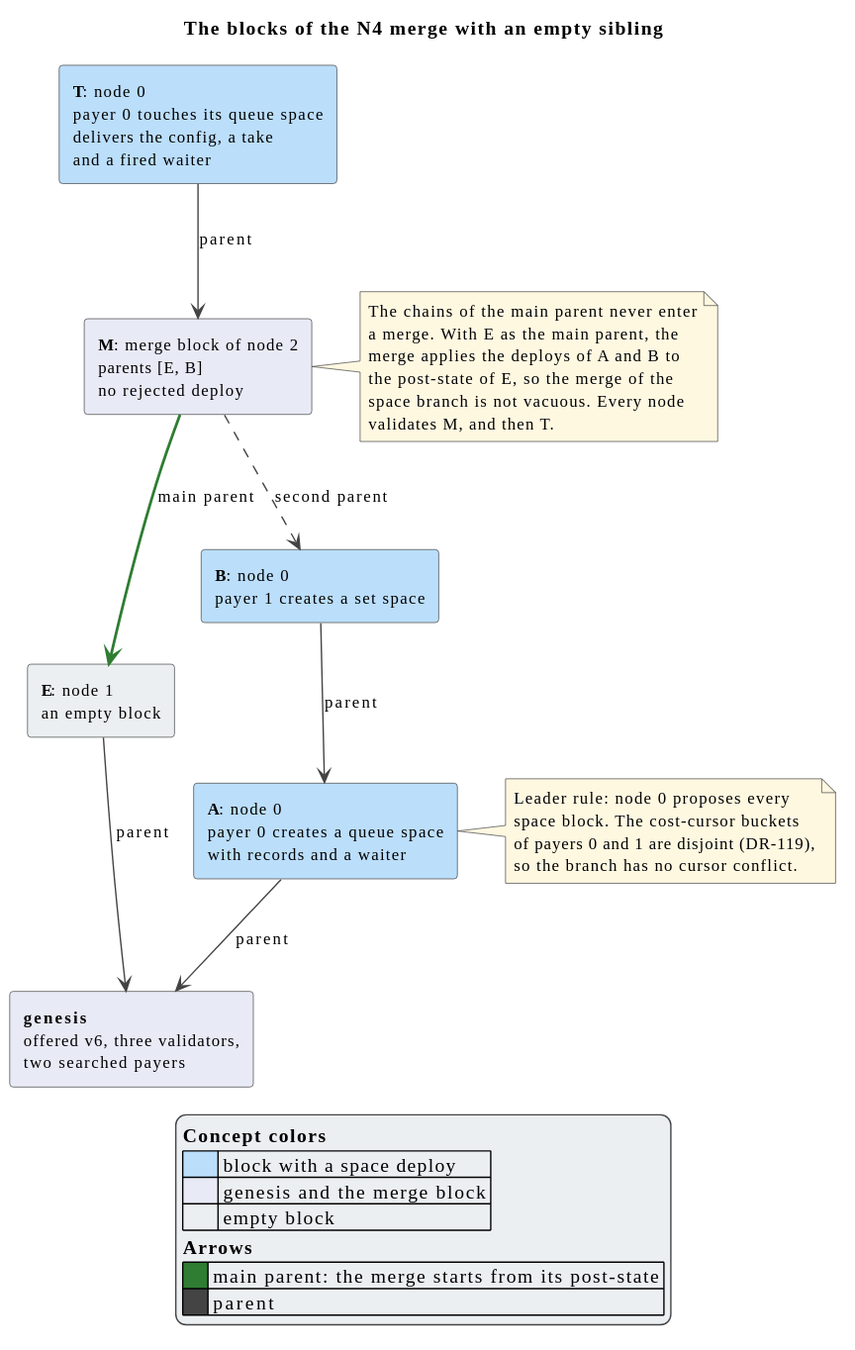
F1R3FLY-io/f1r3node-rust keeps this PlantUML diagram as docs/rspace/reified-rspaces/diagrams/34a-n4-merge-dag.svg. Above is the earlier version.
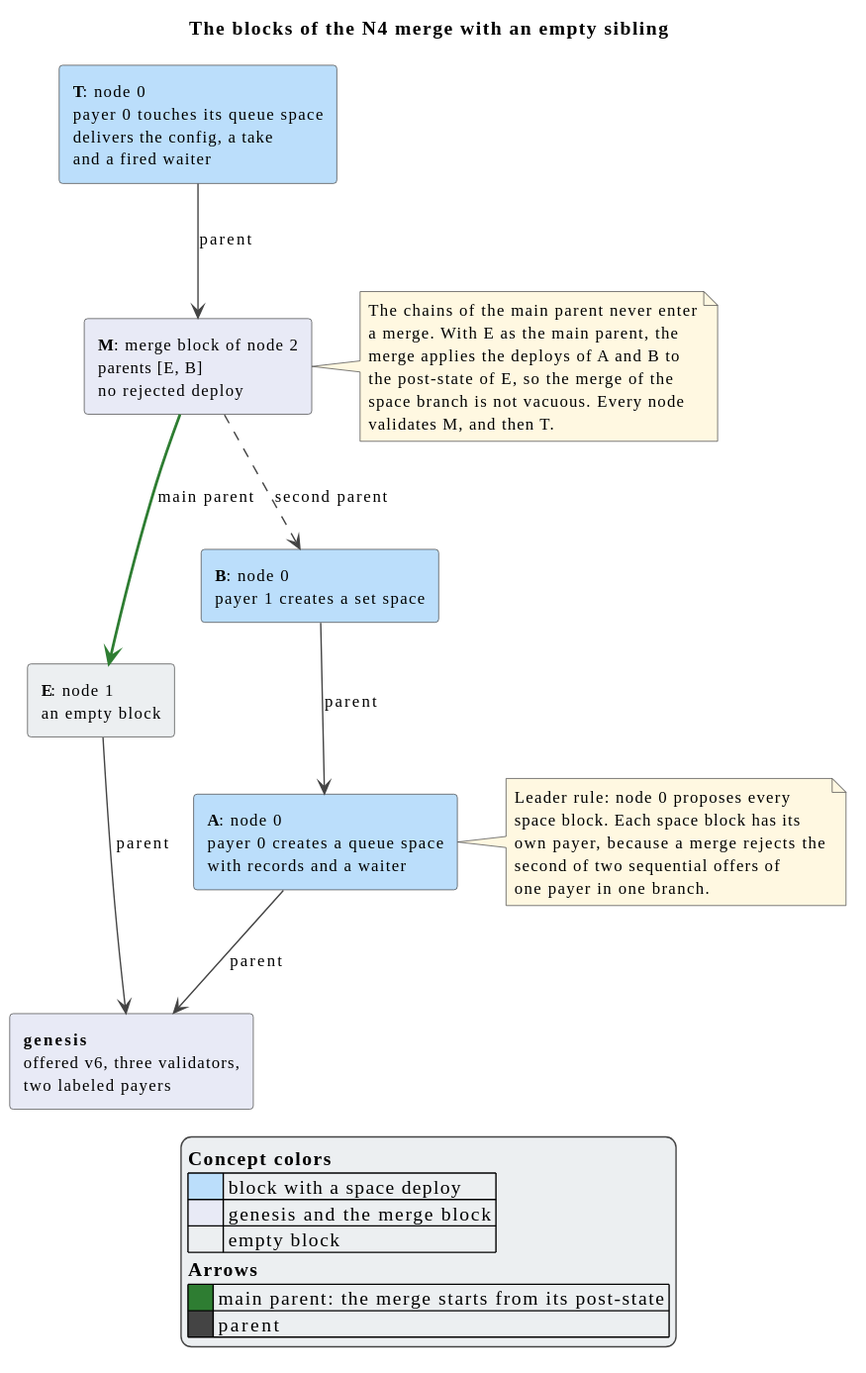
The same diagram one commit later.

What changed in the source:
```diff
@@ -14,7 +14,7 @@
 rectangle "**E**: node 1\nan empty block" as E $rrs_reserved
 rectangle "**B**: node 0\npayer 1 creates a set space" as B $rrs_storage
 rectangle "**A**: node 0\npayer 0 creates a queue space\nwith records and a waiter" as A $rrs_storage
-rectangle "**genesis**\noffered v6, three validators,\ntwo searched payers" as G $rrs_host
+rectangle "**genesis**\noffered v6, three validators,\ntwo labeled payers" as G $rrs_host
 
 T -[$rrs_relation]-> M : parent
 M -[$rrs_effect,bold]-> E : main parent
@@ -34,9 +34,10 @@
 
 note right of A
 Leader rule: node 0 proposes every
-space block. The cost-cursor buckets
-of payers 0 and 1 are disjoint (DR-119),
-so the branch has no cursor conflict.
+space block. Each space block has its
+own payer, because a merge rejects the
+second of two sequential offers of
+one payer in one branch.
 end note
 
 legend bottom
```
